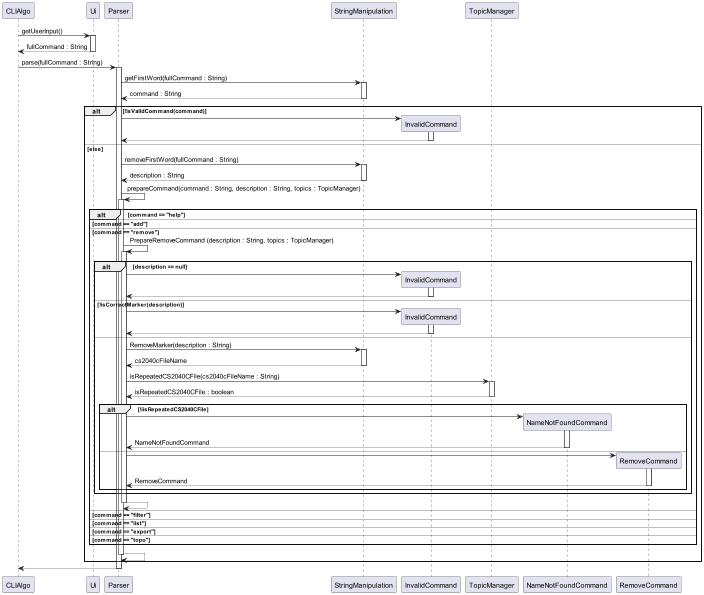
ong-ck/tp keeps this PlantUML diagram as docs/sequence/diagrams/Parser.png. Above is the earlier version. Source of this version:
```plantuml
@startuml
CLIAlgo -> Ui : getUserInput()
activate Ui
return fullCommand : String

CLIAlgo -> Parser : parse(fullCommand : String)
activate Parser
    Parser -> StringManipulation : getFirstWord(fullCommand : String)
    activate StringManipulation
    return command : String

    alt !isValidCommand(command)
        Parser -> InvalidCommand **
        activate InvalidCommand
        return
    else else
        Parser -> StringManipulation : removeFirstWord(fullCommand : String)
        activate StringManipulation
        return description : String

        Parser -> Parser : prepareCommand(command : String, description : String, topics : TopicManager)
        activate Parser
            alt command == "help"
            else command == "add"
            else command == "remove"
                Parser -> Parser : PrepareRemoveCommand (description : String, topics : TopicManager)
                activate Parser
                    alt description == null
                        Parser -> InvalidCommand **
                        activate InvalidCommand
                        return
                    else !isCorrectMarker(description)
                        Parser -> InvalidCommand **
                        activate InvalidCommand
                        return
                    else
                        Parser -> StringManipulation : RemoveMarker(description : String)
                        activate StringManipulation
                        return cs2040cFileName

                        Parser -> TopicManager : isRepeatedCS2040CFile(cs2040cFileName : String)
                        activate TopicManager
                        return isRepeatedCS2040CFile : boolean

                        alt !iisRepeatedCS2040CFile
                            Parser -> NameNotFoundCommand **
                            activate NameNotFoundCommand
                            return NameNotFoundCommand
                        else
                            Parser -> RemoveCommand **
                            activate RemoveCommand
                            return RemoveCommand
                        end
                    end
                return
            else command == "filter"
            else command == "list"
            else command == "export"
            else command == "topo"
            else
            end
        return
    end
return

@enduml
```
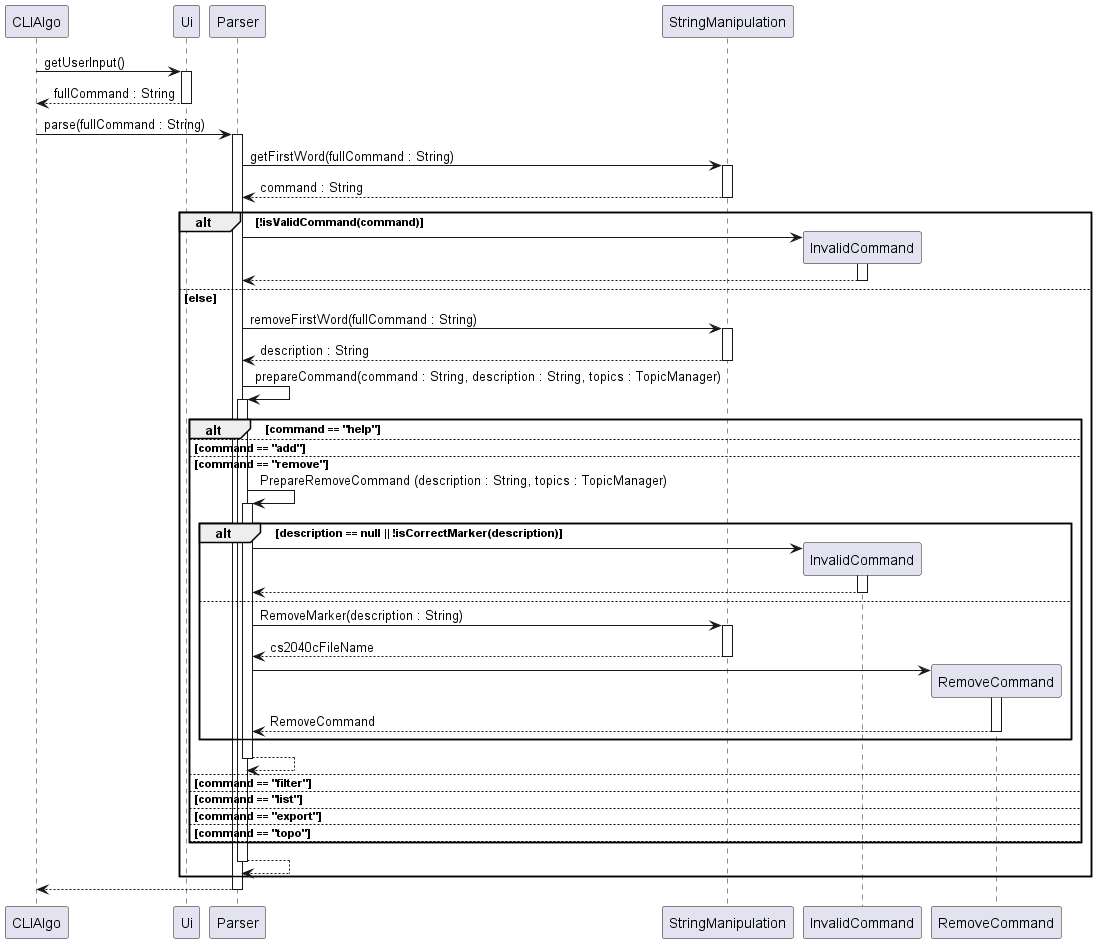
After the commit.

Commit message:
Update Parser sequence diagram

Change to the diagram source:
```diff
@@ -25,11 +25,7 @@
             else command == "remove"
                 Parser -> Parser : PrepareRemoveCommand (description : String, topics : TopicManager)
                 activate Parser
-                    alt description == null
-                        Parser -> InvalidCommand **
-                        activate InvalidCommand
-                        return
-                    else !isCorrectMarker(description)
+                    alt description == null || !isCorrectMarker(description)
                         Parser -> InvalidCommand **
                         activate InvalidCommand
                         return
@@ -38,19 +34,9 @@
                         activate StringManipulation
                         return cs2040cFileName
 
-                        Parser -> TopicManager : isRepeatedCS2040CFile(cs2040cFileName : String)
-                        activate TopicManager
-                        return isRepeatedCS2040CFile : boolean
-
-                        alt !iisRepeatedCS2040CFile
-                            Parser -> NameNotFoundCommand **
-                            activate NameNotFoundCommand
-                            return NameNotFoundCommand
-                        else
-                            Parser -> RemoveCommand **
-                            activate RemoveCommand
-                            return RemoveCommand
-                        end
+                        Parser -> RemoveCommand **
+                        activate RemoveCommand
+                        return RemoveCommand
                     end
                 return
             else command == "filter"
```
